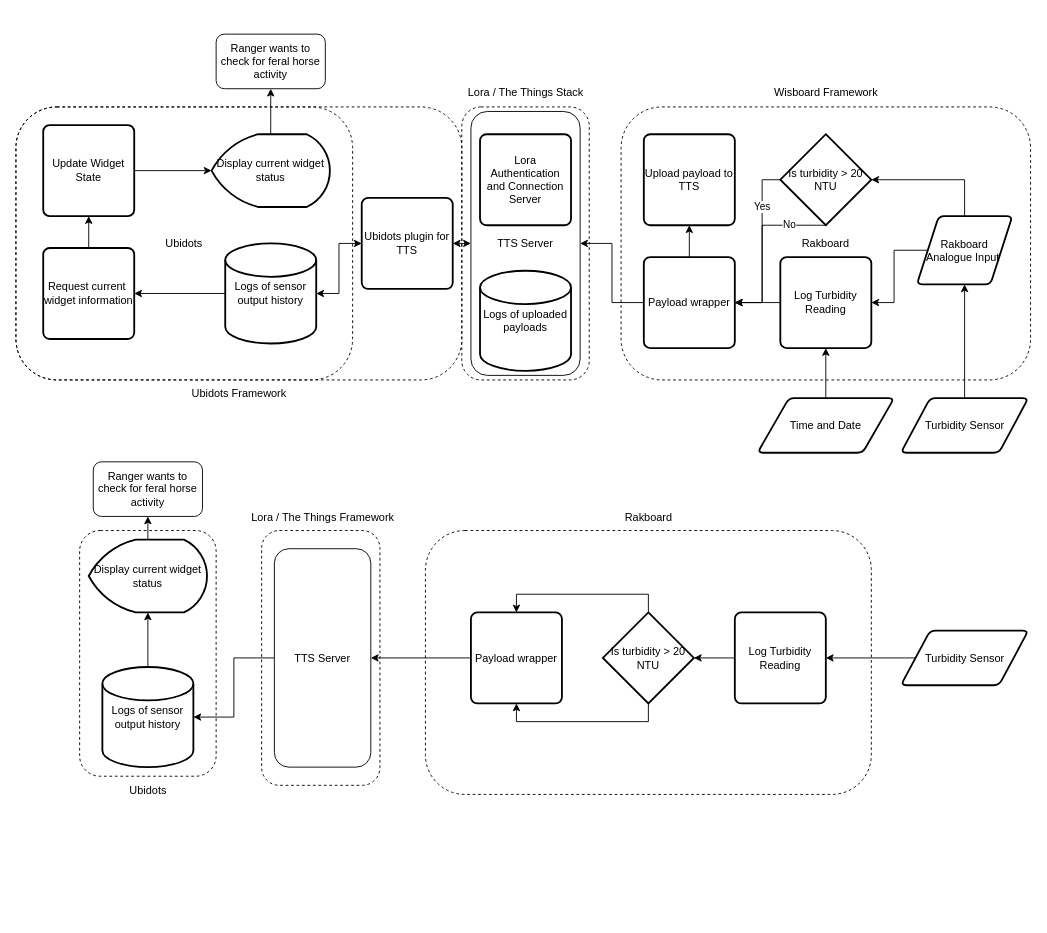
Before: Untitled Diagram.drawio in trashmode/DESN2000, a draw.io diagram. Source tidied: cells renumbered, new cells numbered last; positions are measured from the earlier drawing's top-left corner, leaving out a move shared by most shapes. Both pictures are drawn from the tidied source at 91%, with x=0, y=0 at pixel (15, 34).
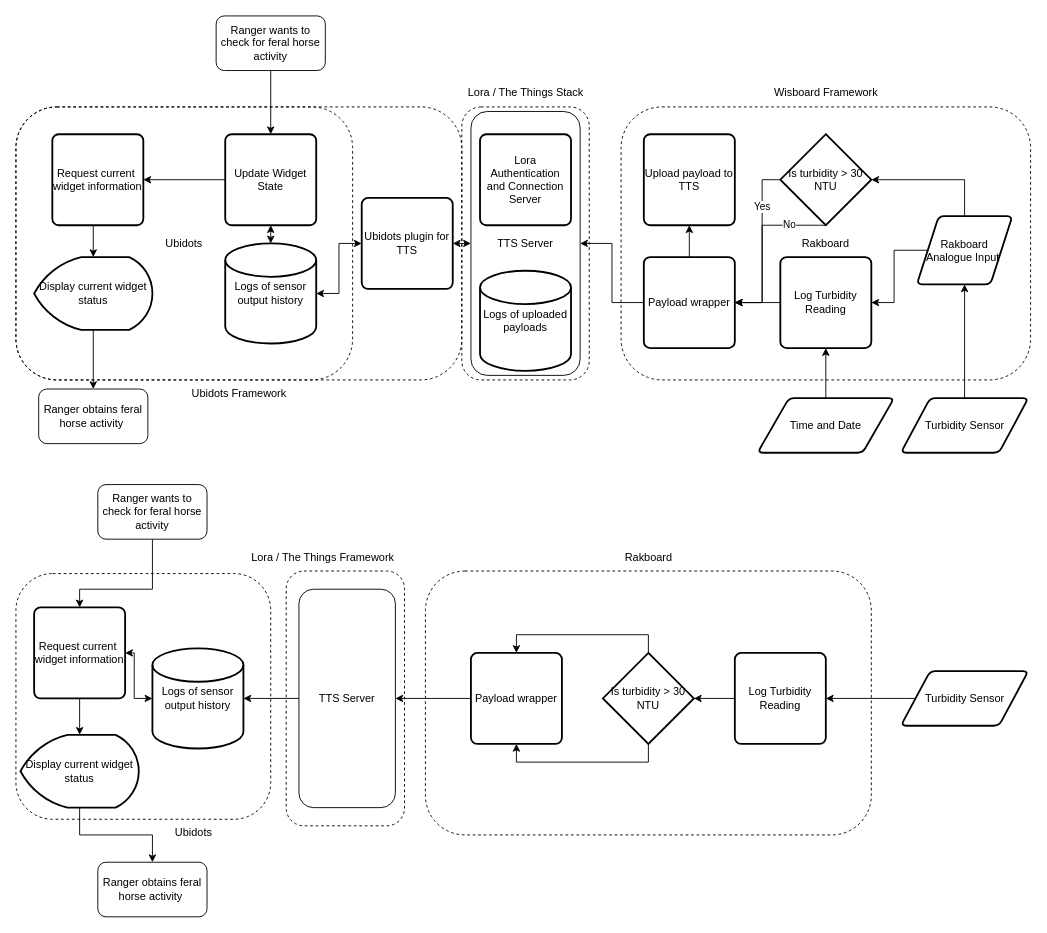
The same page after the edit.

The change refers to these unchanged cells:
```xml
<mxCell id="14" value="Logs of sensor output history" style="strokeWidth=2;html=1;shape=mxgraph.flowchart.database;whiteSpace=wrap;" parent="1" vertex="1">
  <mxGeometry x="230" y="230" width="100" height="110" as="geometry" />
</mxCell>
```

Diff of the diagram source:
```diff
@@
+    <mxCell id="58" style="rounded=1;whiteSpace=wrap;html=1;dashed=1;fillColor=none;" parent="1" vertex="1">
+      <mxGeometry y="592.8" width="280" height="270" as="geometry" />
+    </mxCell>
     <mxCell id="2" style="rounded=1;whiteSpace=wrap;html=1;dashed=1;fillColor=none;" parent="1" vertex="1">
-      <mxGeometry x="450" y="545.5" width="490" height="290" as="geometry" />
+      <mxGeometry x="450" y="590" width="490" height="290" as="geometry" />
     </mxCell>
@@
+    <mxCell id="63" style="edgeStyle=orthogonalEdgeStyle;rounded=0;jettySize=auto;html=1;exitX=0.5;exitY=1;exitDx=0;exitDy=0;startArrow=none;startFill=0;" parent="1" edge="1" source="6" target="8">
+      <mxGeometry relative="1" as="geometry" />
+    </mxCell>
     <mxCell id="6" value="Ranger wants to check for feral horse activity" style="rounded=1;whiteSpace=wrap;html=1;" parent="1" vertex="1">
-      <mxGeometry x="220" width="120" height="60" as="geometry" />
+      <mxGeometry x="220" y="-20" width="120" height="60" as="geometry" />
     </mxCell>
-    <mxCell id="7" style="edgeStyle=orthogonalEdgeStyle;rounded=0;jettySize=auto;html=1;exitX=1;exitY=0.5;exitDx=0;exitDy=0;entryX=0;entryY=0.5;entryDx=0;entryDy=0;entryPerimeter=0;startArrow=none;startFill=0;" parent="1" edge="1" source="8" target="10">
-      <mxGeometry relative="1" as="geometry" />
-    </mxCell>
+    <mxCell id="64" style="edgeStyle=orthogonalEdgeStyle;rounded=0;jettySize=auto;html=1;exitX=0;exitY=0.5;exitDx=0;exitDy=0;entryX=1;entryY=0.5;entryDx=0;entryDy=0;startArrow=none;startFill=0;" parent="1" edge="1" source="8" target="12">
+      <mxGeometry relative="1" as="geometry" />
+    </mxCell>
     <mxCell id="8" value="Update Widget State" style="rounded=1;whiteSpace=wrap;html=1;absoluteArcSize=1;arcSize=14;strokeWidth=2;" parent="1" vertex="1">
-      <mxGeometry x="30" y="100" width="100" height="100" as="geometry" />
+      <mxGeometry x="230" y="110" width="100" height="100" as="geometry" />
     </mxCell>
-    <mxCell id="9" style="edgeStyle=orthogonalEdgeStyle;rounded=0;jettySize=auto;html=1;exitX=0.5;exitY=0;exitDx=0;exitDy=0;exitPerimeter=0;entryX=0.5;entryY=1;entryDx=0;entryDy=0;startArrow=none;startFill=0;" parent="1" edge="1" source="10" target="6">
-      <mxGeometry relative="1" as="geometry" />
-    </mxCell>
+    <mxCell id="65" style="edgeStyle=orthogonalEdgeStyle;rounded=0;jettySize=auto;html=1;exitX=0.5;exitY=1;exitDx=0;exitDy=0;exitPerimeter=0;entryX=0.5;entryY=0;entryDx=0;entryDy=0;startArrow=none;startFill=0;" parent="1" edge="1" source="10" target="71">
+      <mxGeometry relative="1" as="geometry" />
+    </mxCell>
     <mxCell id="10" value="Display current widget status" style="strokeWidth=2;html=1;shape=mxgraph.flowchart.display;whiteSpace=wrap;" parent="1" vertex="1">
-      <mxGeometry x="215" y="110" width="130" height="80" as="geometry" />
+      <mxGeometry x="20" y="245" width="130" height="80" as="geometry" />
     </mxCell>
-    <mxCell id="11" style="edgeStyle=orthogonalEdgeStyle;rounded=0;jettySize=auto;html=1;exitX=0.5;exitY=0;exitDx=0;exitDy=0;entryX=0.5;entryY=1;entryDx=0;entryDy=0;startArrow=none;startFill=0;" parent="1" edge="1" source="12" target="8">
-      <mxGeometry relative="1" as="geometry" />
-    </mxCell>
+    <mxCell id="66" style="edgeStyle=orthogonalEdgeStyle;rounded=0;jettySize=auto;html=1;exitX=0.5;exitY=1;exitDx=0;exitDy=0;entryX=0.5;entryY=0;entryDx=0;entryDy=0;entryPerimeter=0;startArrow=none;startFill=0;" parent="1" edge="1" source="12" target="10">
+      <mxGeometry relative="1" as="geometry" />
+    </mxCell>
     <mxCell id="12" value="Request current&amp;nbsp;&lt;br&gt;widget information" style="rounded=1;whiteSpace=wrap;html=1;absoluteArcSize=1;arcSize=14;strokeWidth=2;" parent="1" vertex="1">
-      <mxGeometry x="30" y="235" width="100" height="100" as="geometry" />
+      <mxGeometry x="40" y="110" width="100" height="100" as="geometry" />
     </mxCell>
-    <mxCell id="13" style="edgeStyle=orthogonalEdgeStyle;rounded=0;jettySize=auto;html=1;exitX=0;exitY=0.5;exitDx=0;exitDy=0;exitPerimeter=0;entryX=1;entryY=0.5;entryDx=0;entryDy=0;startArrow=none;startFill=0;" parent="1" edge="1" source="14" target="12">
-      <mxGeometry relative="1" as="geometry" />
-    </mxCell>
+    <mxCell id="67" style="edgeStyle=orthogonalEdgeStyle;rounded=0;jettySize=auto;html=1;exitX=0.5;exitY=0;exitDx=0;exitDy=0;exitPerimeter=0;entryX=0.5;entryY=1;entryDx=0;entryDy=0;startArrow=classic;startFill=1;" parent="1" edge="1" source="14" target="8">
+      <mxGeometry relative="1" as="geometry" />
+    </mxCell>
@@
-    <mxCell id="25" value="Is turbidity &amp;gt; 20 NTU" style="strokeWidth=2;html=1;shape=mxgraph.flowchart.decision;whiteSpace=wrap;" parent="1" vertex="1">
+    <mxCell id="25" value="Is turbidity &amp;gt; 30 NTU" style="strokeWidth=2;html=1;shape=mxgraph.flowchart.decision;whiteSpace=wrap;" parent="1" vertex="1">
       <mxGeometry x="840" y="110" width="100" height="100" as="geometry" />
     </mxCell>
@@
-    <mxCell id="42" style="edgeStyle=orthogonalEdgeStyle;rounded=0;jettySize=auto;html=1;exitX=0.5;exitY=0;exitDx=0;exitDy=0;exitPerimeter=0;entryX=0.5;entryY=1;entryDx=0;entryDy=0;startArrow=none;startFill=0;" parent="1" edge="1" source="43" target="57">
-      <mxGeometry relative="1" as="geometry" />
-    </mxCell>
+    <mxCell id="68" style="edgeStyle=orthogonalEdgeStyle;rounded=0;jettySize=auto;html=1;exitX=0.5;exitY=1;exitDx=0;exitDy=0;exitPerimeter=0;entryX=0.5;entryY=0;entryDx=0;entryDy=0;startArrow=none;startFill=0;" parent="1" edge="1" source="43" target="74">
+      <mxGeometry relative="1" as="geometry" />
+    </mxCell>
     <mxCell id="43" value="Display current widget status" style="strokeWidth=2;html=1;shape=mxgraph.flowchart.display;whiteSpace=wrap;" parent="1" vertex="1">
-      <mxGeometry x="80" y="555.5" width="130" height="80" as="geometry" />
+      <mxGeometry x="5" y="770" width="130" height="80" as="geometry" />
     </mxCell>
-    <mxCell id="44" style="edgeStyle=orthogonalEdgeStyle;rounded=0;jettySize=auto;html=1;exitX=0.5;exitY=0;exitDx=0;exitDy=0;exitPerimeter=0;entryX=0.5;entryY=1;entryDx=0;entryDy=0;entryPerimeter=0;startArrow=none;startFill=0;" parent="1" edge="1" source="45" target="43">
-      <mxGeometry relative="1" as="geometry" />
-    </mxCell>
+    <mxCell id="69" style="edgeStyle=orthogonalEdgeStyle;rounded=0;jettySize=auto;html=1;exitX=0;exitY=0.5;exitDx=0;exitDy=0;exitPerimeter=0;entryX=1;entryY=0.5;entryDx=0;entryDy=0;startArrow=classic;startFill=1;" parent="1" edge="1" source="45" target="73">
+      <mxGeometry relative="1" as="geometry" />
+    </mxCell>
     <mxCell id="45" value="Logs of sensor output history" style="strokeWidth=2;html=1;shape=mxgraph.flowchart.database;whiteSpace=wrap;" parent="1" vertex="1">
-      <mxGeometry x="95" y="695.5" width="100" height="110" as="geometry" />
+      <mxGeometry x="150" y="675" width="100" height="110" as="geometry" />
     </mxCell>
@@
     <mxCell id="47" value="TTS Server" style="rounded=1;whiteSpace=wrap;html=1;fillColor=none;" parent="1" vertex="1">
-      <mxGeometry x="284" y="565.5" width="106" height="240" as="geometry" />
+      <mxGeometry x="311" y="610" width="106" height="240" as="geometry" />
     </mxCell>
@@
     <mxCell id="49" value="Payload wrapper" style="rounded=1;whiteSpace=wrap;html=1;absoluteArcSize=1;arcSize=14;strokeWidth=2;" parent="1" vertex="1">
-      <mxGeometry x="500" y="635.5" width="100" height="100" as="geometry" />
+      <mxGeometry x="500" y="680" width="100" height="100" as="geometry" />
     </mxCell>
@@
-    <mxCell id="52" value="Is turbidity &amp;gt; 20 NTU" style="strokeWidth=2;html=1;shape=mxgraph.flowchart.decision;whiteSpace=wrap;" parent="1" vertex="1">
-      <mxGeometry x="645" y="635.5" width="100" height="100" as="geometry" />
+    <mxCell id="52" value="Is turbidity &amp;gt; 30 NTU" style="strokeWidth=2;html=1;shape=mxgraph.flowchart.decision;whiteSpace=wrap;" parent="1" vertex="1">
+      <mxGeometry x="645" y="680" width="100" height="100" as="geometry" />
     </mxCell>
@@
     <mxCell id="54" value="Log Turbidity Reading" style="rounded=1;whiteSpace=wrap;html=1;absoluteArcSize=1;arcSize=14;strokeWidth=2;" parent="1" vertex="1">
-      <mxGeometry x="790" y="635.5" width="100" height="100" as="geometry" />
+      <mxGeometry x="790" y="680" width="100" height="100" as="geometry" />
     </mxCell>
@@
     <mxCell id="56" value="Turbidity Sensor" style="shape=parallelogram;html=1;strokeWidth=2;perimeter=parallelogramPerimeter;whiteSpace=wrap;rounded=1;arcSize=12;size=0.23;" parent="1" vertex="1">
-      <mxGeometry x="972.5" y="655.5" width="140" height="60" as="geometry" />
+      <mxGeometry x="972.5" y="700" width="140" height="60" as="geometry" />
     </mxCell>
+    <mxCell id="70" style="edgeStyle=orthogonalEdgeStyle;rounded=0;jettySize=auto;html=1;exitX=0.5;exitY=1;exitDx=0;exitDy=0;entryX=0.5;entryY=0;entryDx=0;entryDy=0;startArrow=none;startFill=0;" parent="1" edge="1" source="57" target="73">
+      <mxGeometry relative="1" as="geometry">
+        <Array as="points">
+          <mxPoint x="150" y="610" />
+          <mxPoint x="70" y="610" />
+        </Array>
+      </mxGeometry>
+    </mxCell>
     <mxCell id="57" value="Ranger wants to check for feral horse activity" style="rounded=1;whiteSpace=wrap;html=1;" parent="1" vertex="1">
-      <mxGeometry x="85" y="470" width="120" height="60" as="geometry" />
+      <mxGeometry x="90" y="495" width="120" height="60" as="geometry" />
     </mxCell>
-    <mxCell id="58" style="rounded=1;whiteSpace=wrap;html=1;dashed=1;fillColor=none;" parent="1" vertex="1">
-      <mxGeometry x="70" y="545.5" width="150" height="270" as="geometry" />
-    </mxCell>
     <mxCell id="59" style="rounded=1;whiteSpace=wrap;html=1;dashed=1;fillColor=none;" parent="1" vertex="1">
-      <mxGeometry x="270" y="545.5" width="130" height="280" as="geometry" />
+      <mxGeometry x="297" y="590" width="130" height="280" as="geometry" />
     </mxCell>
     <mxCell id="60" value="Rakboard" style="text;html=1;align=center;verticalAlign=middle;strokeColor=none;fillColor=none;" parent="1" vertex="1">
-      <mxGeometry x="655" y="515.5" width="80" height="30" as="geometry" />
+      <mxGeometry x="655" y="560" width="80" height="30" as="geometry" />
     </mxCell>
     <mxCell id="61" value="Lora / The Things Framework" style="text;html=1;align=center;verticalAlign=middle;strokeColor=none;fillColor=none;" parent="1" vertex="1">
-      <mxGeometry x="247" y="515.5" width="180" height="30" as="geometry" />
+      <mxGeometry x="247" y="560" width="180" height="30" as="geometry" />
     </mxCell>
     <mxCell id="62" value="Ubidots" style="text;html=1;align=center;verticalAlign=middle;strokeColor=none;fillColor=none;" parent="1" vertex="1">
-      <mxGeometry x="115" y="815.5" width="60" height="30" as="geometry" />
+      <mxGeometry x="165" y="862.8" width="60" height="30" as="geometry" />
     </mxCell>
+    <mxCell id="71" value="Ranger obtains feral horse activity&amp;nbsp;" style="rounded=1;whiteSpace=wrap;html=1;fillColor=none;" parent="1" vertex="1">
+      <mxGeometry x="25" y="390" width="120" height="60" as="geometry" />
+    </mxCell>
+    <mxCell id="72" style="edgeStyle=orthogonalEdgeStyle;rounded=0;jettySize=auto;html=1;exitX=0.5;exitY=1;exitDx=0;exitDy=0;entryX=0.5;entryY=0;entryDx=0;entryDy=0;entryPerimeter=0;startArrow=none;startFill=0;" parent="1" edge="1" source="73" target="43">
+      <mxGeometry relative="1" as="geometry" />
+    </mxCell>
+    <mxCell id="73" value="Request current&amp;nbsp;&lt;br&gt;widget information" style="rounded=1;whiteSpace=wrap;html=1;absoluteArcSize=1;arcSize=14;strokeWidth=2;" parent="1" vertex="1">
+      <mxGeometry x="20" y="630" width="100" height="100" as="geometry" />
+    </mxCell>
+    <mxCell id="74" value="Ranger obtains feral horse activity&amp;nbsp;" style="rounded=1;whiteSpace=wrap;html=1;fillColor=none;" parent="1" vertex="1">
+      <mxGeometry x="90" y="910" width="120" height="60" as="geometry" />
+    </mxCell>
```
